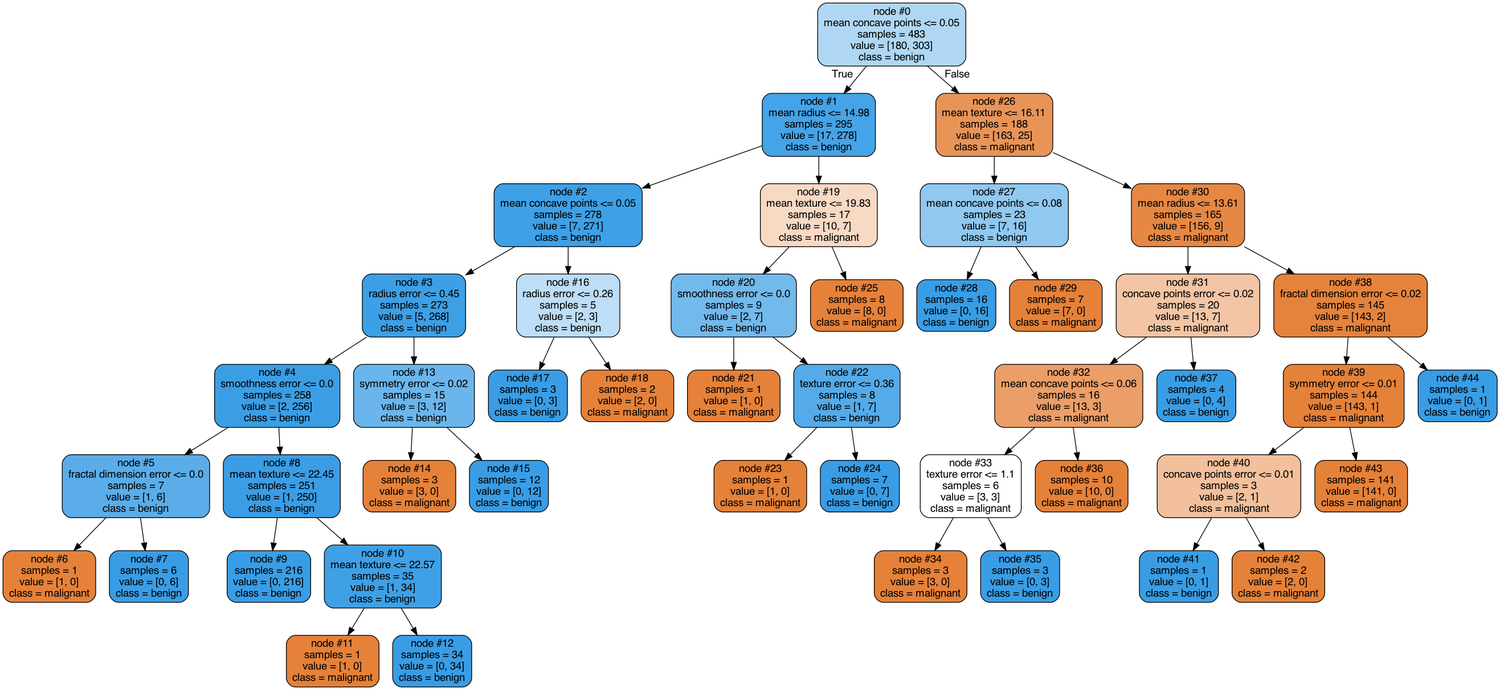
Before: Semester 1 2023/CITS5508 - Machine Learning/Labs/Assignment 2/tree_clf_1.png, a diagram exported from Graphviz (iheathers/2023---Semester-1-Feb---Jun-). Its source is kept beside it as Semester 1 2023/CITS5508 - Machine Learning/Labs/Assignment 2/tree_clf_1.dot.
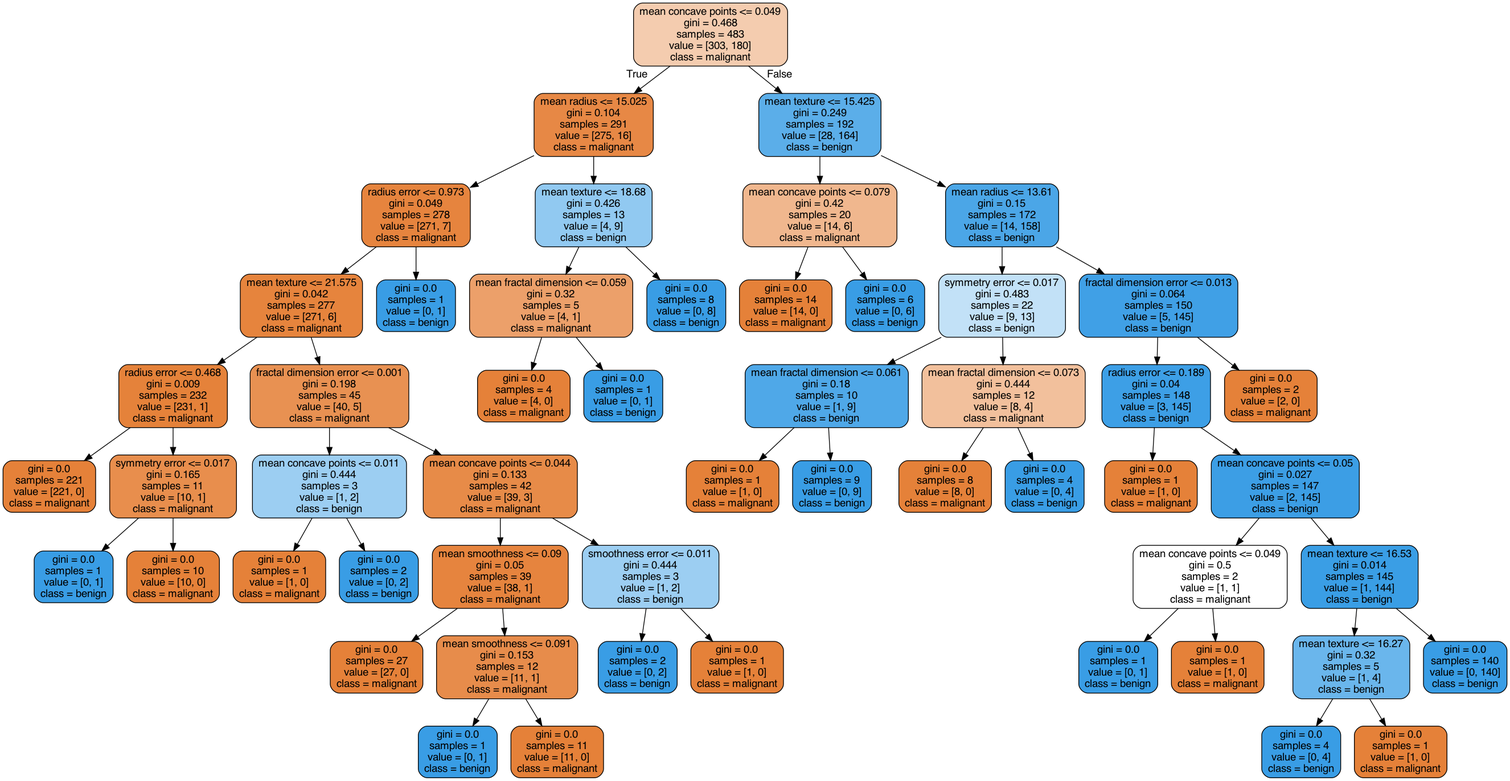
The same diagram one commit later.

Diff of the diagram source:
```diff
@@ -1,93 +1,109 @@
 digraph Tree {
 node [shape=box, style="filled, rounded", color="black", fontname="helvetica"] ;
 edge [fontname="helvetica"] ;
-0 [label="mean concave points <= 0.051\ngini = 0.468\nsamples = 483\nvalue = [180, 303]\nclass = benign", fillcolor="#afd7f4"] ;
-1 [label="mean radius <= 14.98\ngini = 0.109\nsamples = 295\nvalue = [17, 278]\nclass = benign", fillcolor="#45a3e7"] ;
+0 [label="mean concave points <= 0.049\ngini = 0.468\nsamples = 483\nvalue = [303, 180]\nclass = malignant", fillcolor="#f4ccaf"] ;
+1 [label="mean radius <= 15.025\ngini = 0.104\nsamples = 291\nvalue = [275, 16]\nclass = malignant", fillcolor="#e78845"] ;
 0 -> 1 [labeldistance=2.5, labelangle=45, headlabel="True"] ;
-2 [label="mean concave points <= 0.049\ngini = 0.049\nsamples = 278\nvalue = [7, 271]\nclass = benign", fillcolor="#3ea0e6"] ;
+2 [label="radius error <= 0.973\ngini = 0.049\nsamples = 278\nvalue = [271, 7]\nclass = malignant", fillcolor="#e6843e"] ;
 1 -> 2 ;
-3 [label="radius error <= 0.453\ngini = 0.036\nsamples = 273\nvalue = [5, 268]\nclass = benign", fillcolor="#3d9fe5"] ;
+3 [label="mean texture <= 21.575\ngini = 0.042\nsamples = 277\nvalue = [271, 6]\nclass = malignant", fillcolor="#e6843d"] ;
 2 -> 3 ;
-4 [label="smoothness error <= 0.003\ngini = 0.015\nsamples = 258\nvalue = [2, 256]\nclass = benign", fillcolor="#3b9ee5"] ;
+4 [label="radius error <= 0.468\ngini = 0.009\nsamples = 232\nvalue = [231, 1]\nclass = malignant", fillcolor="#e5823a"] ;
 3 -> 4 ;
-5 [label="fractal dimension error <= 0.001\ngini = 0.245\nsamples = 7\nvalue = [1, 6]\nclass = benign", fillcolor="#5aade9"] ;
+5 [label="gini = 0.0\nsamples = 221\nvalue = [221, 0]\nclass = malignant", fillcolor="#e58139"] ;
 4 -> 5 ;
-6 [label="gini = 0.0\nsamples = 1\nvalue = [1, 0]\nclass = malignant", fillcolor="#e58139"] ;
-5 -> 6 ;
-7 [label="gini = 0.0\nsamples = 6\nvalue = [0, 6]\nclass = benign", fillcolor="#399de5"] ;
-5 -> 7 ;
-8 [label="mean texture <= 22.455\ngini = 0.008\nsamples = 251\nvalue = [1, 250]\nclass = benign", fillcolor="#3a9de5"] ;
-4 -> 8 ;
-9 [label="gini = 0.0\nsamples = 216\nvalue = [0, 216]\nclass = benign", fillcolor="#399de5"] ;
-8 -> 9 ;
-10 [label="mean texture <= 22.575\ngini = 0.056\nsamples = 35\nvalue = [1, 34]\nclass = benign", fillcolor="#3fa0e6"] ;
-8 -> 10 ;
+6 [label="symmetry error <= 0.017\ngini = 0.165\nsamples = 11\nvalue = [10, 1]\nclass = malignant", fillcolor="#e88e4d"] ;
+4 -> 6 ;
+7 [label="gini = 0.0\nsamples = 1\nvalue = [0, 1]\nclass = benign", fillcolor="#399de5"] ;
+6 -> 7 ;
+8 [label="gini = 0.0\nsamples = 10\nvalue = [10, 0]\nclass = malignant", fillcolor="#e58139"] ;
+6 -> 8 ;
+9 [label="fractal dimension error <= 0.001\ngini = 0.198\nsamples = 45\nvalue = [40, 5]\nclass = malignant", fillcolor="#e89152"] ;
+3 -> 9 ;
+10 [label="mean concave points <= 0.011\ngini = 0.444\nsamples = 3\nvalue = [1, 2]\nclass = benign", fillcolor="#9ccef2"] ;
+9 -> 10 ;
 11 [label="gini = 0.0\nsamples = 1\nvalue = [1, 0]\nclass = malignant", fillcolor="#e58139"] ;
 10 -> 11 ;
-12 [label="gini = 0.0\nsamples = 34\nvalue = [0, 34]\nclass = benign", fillcolor="#399de5"] ;
+12 [label="gini = 0.0\nsamples = 2\nvalue = [0, 2]\nclass = benign", fillcolor="#399de5"] ;
 10 -> 12 ;
-13 [label="symmetry error <= 0.018\ngini = 0.32\nsamples = 15\nvalue = [3, 12]\nclass = benign", fillcolor="#6ab6ec"] ;
-3 -> 13 ;
-14 [label="gini = 0.0\nsamples = 3\nvalue = [3, 0]\nclass = malignant", fillcolor="#e58139"] ;
+13 [label="mean concave points <= 0.044\ngini = 0.133\nsamples = 42\nvalue = [39, 3]\nclass = malignant", fillcolor="#e78b48"] ;
+9 -> 13 ;
+14 [label="mean smoothness <= 0.09\ngini = 0.05\nsamples = 39\nvalue = [38, 1]\nclass = malignant", fillcolor="#e6843e"] ;
 13 -> 14 ;
-15 [label="gini = 0.0\nsamples = 12\nvalue = [0, 12]\nclass = benign", fillcolor="#399de5"] ;
-13 -> 15 ;
-16 [label="radius error <= 0.256\ngini = 0.48\nsamples = 5\nvalue = [2, 3]\nclass = benign", fillcolor="#bddef6"] ;
-2 -> 16 ;
-17 [label="gini = 0.0\nsamples = 3\nvalue = [0, 3]\nclass = benign", fillcolor="#399de5"] ;
+15 [label="gini = 0.0\nsamples = 27\nvalue = [27, 0]\nclass = malignant", fillcolor="#e58139"] ;
+14 -> 15 ;
+16 [label="mean smoothness <= 0.091\ngini = 0.153\nsamples = 12\nvalue = [11, 1]\nclass = malignant", fillcolor="#e78c4b"] ;
+14 -> 16 ;
+17 [label="gini = 0.0\nsamples = 1\nvalue = [0, 1]\nclass = benign", fillcolor="#399de5"] ;
 16 -> 17 ;
-18 [label="gini = 0.0\nsamples = 2\nvalue = [2, 0]\nclass = malignant", fillcolor="#e58139"] ;
+18 [label="gini = 0.0\nsamples = 11\nvalue = [11, 0]\nclass = malignant", fillcolor="#e58139"] ;
 16 -> 18 ;
-19 [label="mean texture <= 19.83\ngini = 0.484\nsamples = 17\nvalue = [10, 7]\nclass = malignant", fillcolor="#f7d9c4"] ;
-1 -> 19 ;
-20 [label="smoothness error <= 0.003\ngini = 0.346\nsamples = 9\nvalue = [2, 7]\nclass = benign", fillcolor="#72b9ec"] ;
+19 [label="smoothness error <= 0.011\ngini = 0.444\nsamples = 3\nvalue = [1, 2]\nclass = benign", fillcolor="#9ccef2"] ;
+13 -> 19 ;
+20 [label="gini = 0.0\nsamples = 2\nvalue = [0, 2]\nclass = benign", fillcolor="#399de5"] ;
 19 -> 20 ;
 21 [label="gini = 0.0\nsamples = 1\nvalue = [1, 0]\nclass = malignant", fillcolor="#e58139"] ;
-20 -> 21 ;
-22 [label="texture error <= 0.362\ngini = 0.219\nsamples = 8\nvalue = [1, 7]\nclass = benign", fillcolor="#55abe9"] ;
-20 -> 22 ;
-23 [label="gini = 0.0\nsamples = 1\nvalue = [1, 0]\nclass = malignant", fillcolor="#e58139"] ;
-22 -> 23 ;
-24 [label="gini = 0.0\nsamples = 7\nvalue = [0, 7]\nclass = benign", fillcolor="#399de5"] ;
-22 -> 24 ;
-25 [label="gini = 0.0\nsamples = 8\nvalue = [8, 0]\nclass = malignant", fillcolor="#e58139"] ;
-19 -> 25 ;
-26 [label="mean texture <= 16.11\ngini = 0.231\nsamples = 188\nvalue = [163, 25]\nclass = malignant", fillcolor="#e99457"] ;
-0 -> 26 [labeldistance=2.5, labelangle=-45, headlabel="False"] ;
-27 [label="mean concave points <= 0.079\ngini = 0.423\nsamples = 23\nvalue = [7, 16]\nclass = benign", fillcolor="#90c8f0"] ;
-26 -> 27 ;
-28 [label="gini = 0.0\nsamples = 16\nvalue = [0, 16]\nclass = benign", fillcolor="#399de5"] ;
-27 -> 28 ;
-29 [label="gini = 0.0\nsamples = 7\nvalue = [7, 0]\nclass = malignant", fillcolor="#e58139"] ;
-27 -> 29 ;
-30 [label="mean radius <= 13.61\ngini = 0.103\nsamples = 165\nvalue = [156, 9]\nclass = malignant", fillcolor="#e68844"] ;
-26 -> 30 ;
-31 [label="concave points error <= 0.019\ngini = 0.455\nsamples = 20\nvalue = [13, 7]\nclass = malignant", fillcolor="#f3c5a4"] ;
-30 -> 31 ;
-32 [label="mean concave points <= 0.056\ngini = 0.305\nsamples = 16\nvalue = [13, 3]\nclass = malignant", fillcolor="#eb9e67"] ;
-31 -> 32 ;
-33 [label="texture error <= 1.1\ngini = 0.5\nsamples = 6\nvalue = [3, 3]\nclass = malignant", fillcolor="#ffffff"] ;
+19 -> 21 ;
+22 [label="gini = 0.0\nsamples = 1\nvalue = [0, 1]\nclass = benign", fillcolor="#399de5"] ;
+2 -> 22 ;
+23 [label="mean texture <= 18.68\ngini = 0.426\nsamples = 13\nvalue = [4, 9]\nclass = benign", fillcolor="#91c9f1"] ;
+1 -> 23 ;
+24 [label="mean fractal dimension <= 0.059\ngini = 0.32\nsamples = 5\nvalue = [4, 1]\nclass = malignant", fillcolor="#eca06a"] ;
+23 -> 24 ;
+25 [label="gini = 0.0\nsamples = 4\nvalue = [4, 0]\nclass = malignant", fillcolor="#e58139"] ;
+24 -> 25 ;
+26 [label="gini = 0.0\nsamples = 1\nvalue = [0, 1]\nclass = benign", fillcolor="#399de5"] ;
+24 -> 26 ;
+27 [label="gini = 0.0\nsamples = 8\nvalue = [0, 8]\nclass = benign", fillcolor="#399de5"] ;
+23 -> 27 ;
+28 [label="mean texture <= 15.425\ngini = 0.249\nsamples = 192\nvalue = [28, 164]\nclass = benign", fillcolor="#5baee9"] ;
+0 -> 28 [labeldistance=2.5, labelangle=-45, headlabel="False"] ;
+29 [label="mean concave points <= 0.079\ngini = 0.42\nsamples = 20\nvalue = [14, 6]\nclass = malignant", fillcolor="#f0b78e"] ;
+28 -> 29 ;
+30 [label="gini = 0.0\nsamples = 14\nvalue = [14, 0]\nclass = malignant", fillcolor="#e58139"] ;
+29 -> 30 ;
+31 [label="gini = 0.0\nsamples = 6\nvalue = [0, 6]\nclass = benign", fillcolor="#399de5"] ;
+29 -> 31 ;
+32 [label="mean radius <= 13.61\ngini = 0.15\nsamples = 172\nvalue = [14, 158]\nclass = benign", fillcolor="#4ba6e7"] ;
+28 -> 32 ;
+33 [label="symmetry error <= 0.017\ngini = 0.483\nsamples = 22\nvalue = [9, 13]\nclass = benign", fillcolor="#c2e1f7"] ;
 32 -> 33 ;
-34 [label="gini = 0.0\nsamples = 3\nvalue = [3, 0]\nclass = malignant", fillcolor="#e58139"] ;
+34 [label="mean fractal dimension <= 0.061\ngini = 0.18\nsamples = 10\nvalue = [1, 9]\nclass = benign", fillcolor="#4fa8e8"] ;
 33 -> 34 ;
-35 [label="gini = 0.0\nsamples = 3\nvalue = [0, 3]\nclass = benign", fillcolor="#399de5"] ;
-33 -> 35 ;
-36 [label="gini = 0.0\nsamples = 10\nvalue = [10, 0]\nclass = malignant", fillcolor="#e58139"] ;
-32 -> 36 ;
-37 [label="gini = 0.0\nsamples = 4\nvalue = [0, 4]\nclass = benign", fillcolor="#399de5"] ;
-31 -> 37 ;
-38 [label="fractal dimension error <= 0.018\ngini = 0.027\nsamples = 145\nvalue = [143, 2]\nclass = malignant", fillcolor="#e5833c"] ;
-30 -> 38 ;
-39 [label="symmetry error <= 0.011\ngini = 0.014\nsamples = 144\nvalue = [143, 1]\nclass = malignant", fillcolor="#e5823a"] ;
-38 -> 39 ;
-40 [label="concave points error <= 0.01\ngini = 0.444\nsamples = 3\nvalue = [2, 1]\nclass = malignant", fillcolor="#f2c09c"] ;
-39 -> 40 ;
-41 [label="gini = 0.0\nsamples = 1\nvalue = [0, 1]\nclass = benign", fillcolor="#399de5"] ;
+35 [label="gini = 0.0\nsamples = 1\nvalue = [1, 0]\nclass = malignant", fillcolor="#e58139"] ;
+34 -> 35 ;
+36 [label="gini = 0.0\nsamples = 9\nvalue = [0, 9]\nclass = benign", fillcolor="#399de5"] ;
+34 -> 36 ;
+37 [label="mean fractal dimension <= 0.073\ngini = 0.444\nsamples = 12\nvalue = [8, 4]\nclass = malignant", fillcolor="#f2c09c"] ;
+33 -> 37 ;
+38 [label="gini = 0.0\nsamples = 8\nvalue = [8, 0]\nclass = malignant", fillcolor="#e58139"] ;
+37 -> 38 ;
+39 [label="gini = 0.0\nsamples = 4\nvalue = [0, 4]\nclass = benign", fillcolor="#399de5"] ;
+37 -> 39 ;
+40 [label="fractal dimension error <= 0.013\ngini = 0.064\nsamples = 150\nvalue = [5, 145]\nclass = benign", fillcolor="#40a0e6"] ;
+32 -> 40 ;
+41 [label="radius error <= 0.189\ngini = 0.04\nsamples = 148\nvalue = [3, 145]\nclass = benign", fillcolor="#3d9fe6"] ;
 40 -> 41 ;
-42 [label="gini = 0.0\nsamples = 2\nvalue = [2, 0]\nclass = malignant", fillcolor="#e58139"] ;
-40 -> 42 ;
-43 [label="gini = 0.0\nsamples = 141\nvalue = [141, 0]\nclass = malignant", fillcolor="#e58139"] ;
-39 -> 43 ;
-44 [label="gini = 0.0\nsamples = 1\nvalue = [0, 1]\nclass = benign", fillcolor="#399de5"] ;
-38 -> 44 ;
+42 [label="gini = 0.0\nsamples = 1\nvalue = [1, 0]\nclass = malignant", fillcolor="#e58139"] ;
+41 -> 42 ;
+43 [label="mean concave points <= 0.05\ngini = 0.027\nsamples = 147\nvalue = [2, 145]\nclass = benign", fillcolor="#3c9ee5"] ;
+41 -> 43 ;
+44 [label="mean concave points <= 0.049\ngini = 0.5\nsamples = 2\nvalue = [1, 1]\nclass = malignant", fillcolor="#ffffff"] ;
+43 -> 44 ;
+45 [label="gini = 0.0\nsamples = 1\nvalue = [0, 1]\nclass = benign", fillcolor="#399de5"] ;
+44 -> 45 ;
+46 [label="gini = 0.0\nsamples = 1\nvalue = [1, 0]\nclass = malignant", fillcolor="#e58139"] ;
+44 -> 46 ;
+47 [label="mean texture <= 16.53\ngini = 0.014\nsamples = 145\nvalue = [1, 144]\nclass = benign", fillcolor="#3a9ee5"] ;
+43 -> 47 ;
+48 [label="mean texture <= 16.27\ngini = 0.32\nsamples = 5\nvalue = [1, 4]\nclass = benign", fillcolor="#6ab6ec"] ;
+47 -> 48 ;
+49 [label="gini = 0.0\nsamples = 4\nvalue = [0, 4]\nclass = benign", fillcolor="#399de5"] ;
+48 -> 49 ;
+50 [label="gini = 0.0\nsamples = 1\nvalue = [1, 0]\nclass = malignant", fillcolor="#e58139"] ;
+48 -> 50 ;
+51 [label="gini = 0.0\nsamples = 140\nvalue = [0, 140]\nclass = benign", fillcolor="#399de5"] ;
+47 -> 51 ;
+52 [label="gini = 0.0\nsamples = 2\nvalue = [2, 0]\nclass = malignant", fillcolor="#e58139"] ;
+40 -> 52 ;
 }
```
